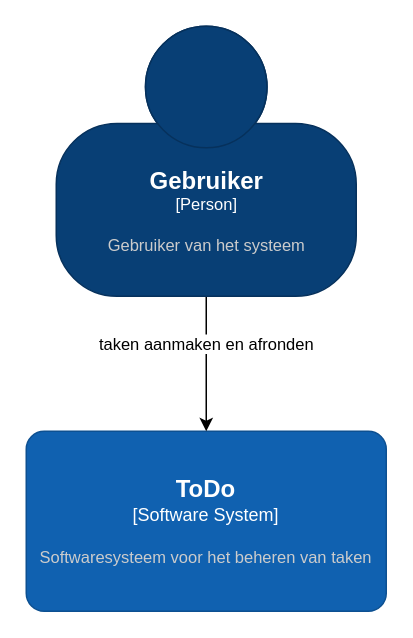
Windesheim-HBO-ICT/cs_studenten keeps this draw.io diagram as page "Systeem Context" (1 of 5) of 2324 semester 2/Diagrammen/C4 model/ToDo Application C4-model.drawio. Above is the earlier version. Source tidied: cells renumbered, new cells numbered last; positions are measured from the earlier drawing's top-left corner, leaving out a move shared by most shapes. Both pictures are drawn from the tidied source at 150%, with x=0, y=0 at pixel (26, 26).
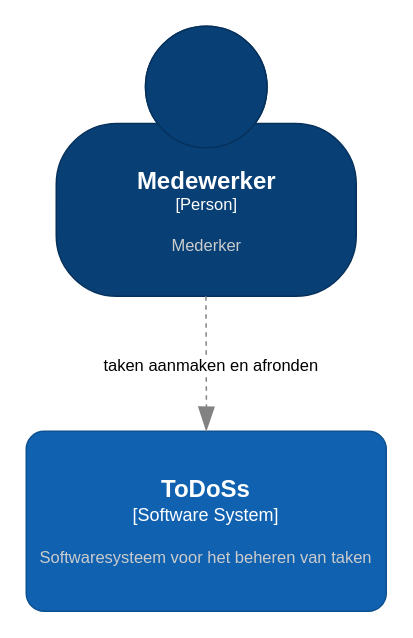
The same page after the edit.

What changed in the source:
```diff
@@
 <mxGraphModel>
   <root>
     <mxCell id="0" />
     <mxCell id="1" parent="0" />
-    <object id="2" label="&lt;font style=&quot;font-size: 16px&quot;&gt;&lt;b&gt;%c4Name%&lt;/b&gt;&lt;/font&gt;&lt;div&gt;[%c4Type%]&lt;/div&gt;&lt;br&gt;&lt;div&gt;&lt;font style=&quot;font-size: 11px&quot;&gt;&lt;font color=&quot;#cccccc&quot;&gt;%c4Description%&lt;/font&gt;&lt;/div&gt;" c4Description="Softwaresysteem voor het beheren van taken" c4Name="ToDo" c4Type="Software System" placeholders="1">
+    <object id="2" label="&lt;font style=&quot;font-size: 16px&quot;&gt;&lt;b&gt;%c4Name%&lt;/b&gt;&lt;/font&gt;&lt;div&gt;[%c4Type%]&lt;/div&gt;&lt;br&gt;&lt;div&gt;&lt;font style=&quot;font-size: 11px&quot;&gt;&lt;font color=&quot;#cccccc&quot;&gt;%c4Description%&lt;/font&gt;&lt;/div&gt;" c4Description="Softwaresysteem voor het beheren van taken" c4Name="ToDoSs" c4Type="Software System" placeholders="1">
       <mxCell style="rounded=1;whiteSpace=wrap;html=1;labelBackgroundColor=none;fillColor=#1061B0;fontColor=#ffffff;align=center;arcSize=10;strokeColor=#0D5091;points=[[0.25,0,0],[0.5,0,0],[0.75,0,0],[1,0.25,0],[1,0.5,0],[1,0.75,0],[0.75,1,0],[0.5,1,0],[0.25,1,0],[0,0.75,0],[0,0.5,0],[0,0.25,0]];" parent="1" vertex="1">
         <mxGeometry y="270" width="240" height="120" as="geometry" />
       </mxCell>
     </object>
+    <object id="4" label="&lt;font style=&quot;font-size: 16px&quot;&gt;&lt;b&gt;%c4Name%&lt;/b&gt;&lt;/font&gt;&lt;div&gt;[%c4Type%]&lt;/div&gt;&lt;br&gt;&lt;div&gt;&lt;font style=&quot;font-size: 11px&quot;&gt;&lt;font color=&quot;#cccccc&quot;&gt;%c4Description%&lt;/font&gt;&lt;/div&gt;" c4Description="Mederker" c4Name="Medewerker" c4Type="Person" placeholders="1">
+      <mxCell style="html=1;fontSize=11;dashed=0;whitespace=wrap;fillColor=#083F75;strokeColor=#06315C;fontColor=#ffffff;shape=mxgraph.c4.person2;align=center;points=[[0.5,0,0],[1,0.5,0],[1,0.75,0],[0.75,1,0],[0.5,1,0],[0.25,1,0],[0,0.75,0],[0,0.5,0]];" parent="1" vertex="1">
+        <mxGeometry x="20" width="200" height="180" as="geometry" />
+      </mxCell>
+    </object>
+    <mxCell id="5" style="endArrow=blockThin;html=1;fontSize=10;fontColor=#404040;strokeWidth=1;endFill=1;strokeColor=#828282;elbow=vertical;endSize=14;startSize=14;jumpStyle=arc;jumpSize=16;rounded=0;edgeStyle=orthogonalEdgeStyle;dashed=1;entryX=0.5;entryY=0;entryDx=0;entryDy=0;entryPerimeter=0;" parent="1" edge="1" target="2">
+      <mxGeometry relative="1" as="geometry">
+        <mxPoint x="119.8" y="180" as="sourcePoint" />
+      </mxGeometry>
+    </mxCell>
-    <mxCell id="3" value="taken aanmaken en afronden" style="edgeStyle=orthogonalEdgeStyle;rounded=0;jettySize=auto;html=1;entryX=0.5;entryY=0;entryDx=0;entryDy=0;entryPerimeter=0;" parent="1" edge="1" source="4" target="2">
-      <mxGeometry x="-0.29" relative="1" as="geometry">
-        <Array as="points">
-          <mxPoint x="120" y="250" />
-          <mxPoint x="120" y="250" />
-        </Array>
+    <mxCell id="3" value="taken aanmaken en afronden" style="edgeLabel;html=1;align=center;verticalAlign=middle;" parent="5" vertex="1">
+      <mxGeometry x="0.01" y="-1" relative="1" as="geometry">
+        <mxPoint x="3" as="offset" />
       </mxGeometry>
     </mxCell>
-    <object id="4" label="&lt;font style=&quot;font-size: 16px&quot;&gt;&lt;b&gt;%c4Name%&lt;/b&gt;&lt;/font&gt;&lt;div&gt;[%c4Type%]&lt;/div&gt;&lt;br&gt;&lt;div&gt;&lt;font style=&quot;font-size: 11px&quot;&gt;&lt;font color=&quot;#cccccc&quot;&gt;%c4Description%&lt;/font&gt;&lt;/div&gt;" c4Description="Gebruiker van het systeem" c4Name="Gebruiker" c4Type="Person" placeholders="1">
-      <mxCell style="html=1;fontSize=11;dashed=0;whitespace=wrap;fillColor=#083F75;strokeColor=#06315C;fontColor=#ffffff;shape=mxgraph.c4.person2;align=center;points=[[0.5,0,0],[1,0.5,0],[1,0.75,0],[0.75,1,0],[0.5,1,0],[0.25,1,0],[0,0.75,0],[0,0.5,0]];" parent="1" vertex="1">
-        <mxGeometry x="20" width="200" height="180" as="geometry" />
-      </mxCell>
-    </object>
   </root>
 </mxGraphModel>
```
